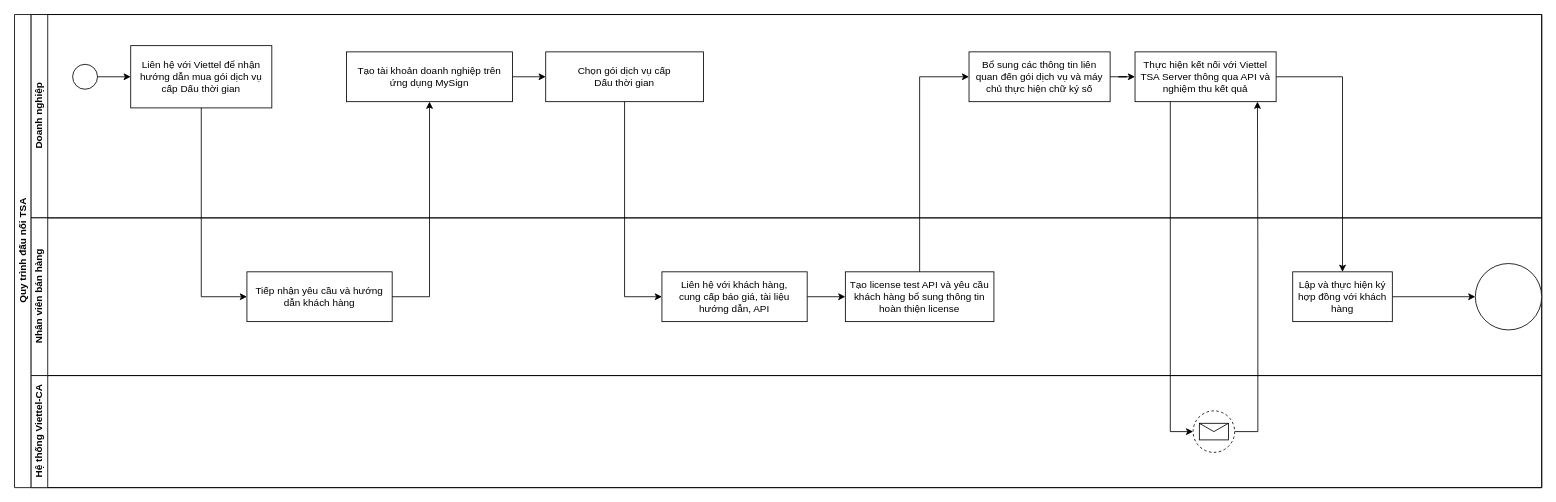
ddthang2611/TSA-Diagram keeps this draw.io diagram as TSA match.drawio. Above is the earlier version. Source tidied: cells renumbered, new cells numbered last; positions are measured from the earlier drawing's top-left corner, leaving out a move shared by most shapes. Both pictures are drawn from the tidied source at 83%, with x=0, y=0 at pixel (14, 14).
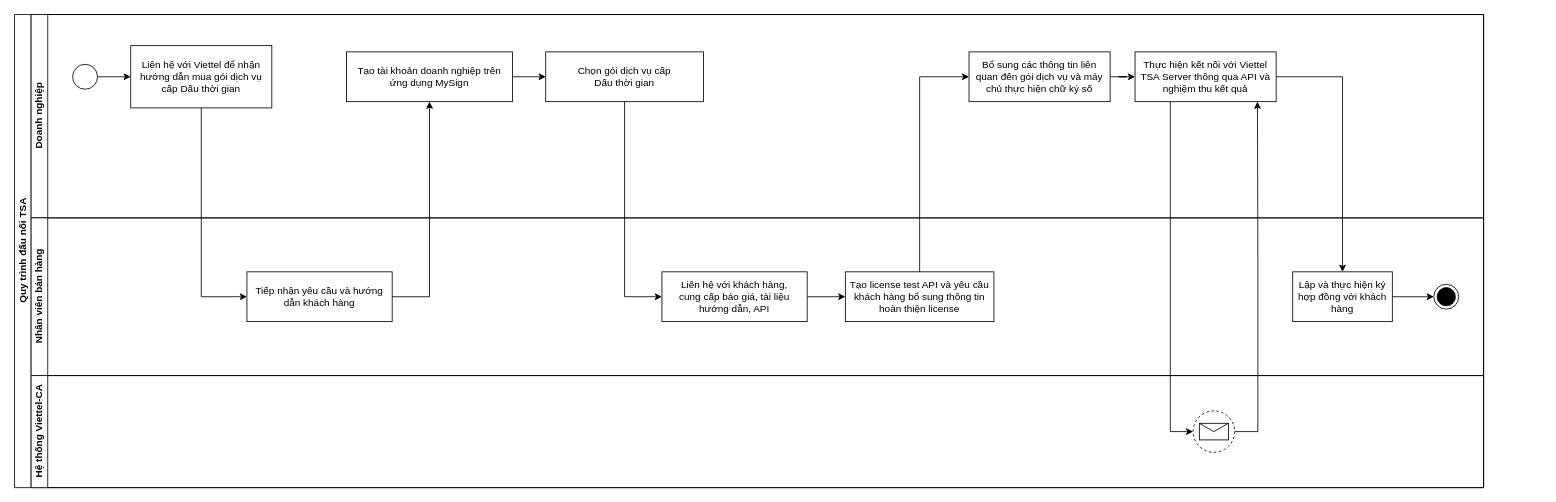
After the change.

Commit message (it also covers changes not shown here):
Cập nhật TSA match.drawio

The change refers to these unchanged cells:
```xml
<mxCell id="20" value="Lập và thực hiện ký hợp đồng với khách hàng" style="whiteSpace=wrap;html=1;fontColor=#000000;rounded=0;" parent="14" vertex="1">
  <mxGeometry x="1520" y="65" width="120" height="60" as="geometry" />
</mxCell>
```

Diff of the diagram source:
```diff
@@
     <mxCell id="2" value="Quy trình đấu nối TSA" style="swimlane;html=1;horizontal=0;startSize=20;" parent="1" vertex="1">
-      <mxGeometry width="1840" height="570" as="geometry" />
+      <mxGeometry width="1770" height="570" as="geometry" />
     </mxCell>
     <mxCell id="3" value="Doanh nghiệp" style="swimlane;html=1;startSize=20;horizontal=0;" parent="2" vertex="1">
-      <mxGeometry x="20" width="1820" height="245" as="geometry" />
+      <mxGeometry x="20" width="1750" height="245" as="geometry" />
     </mxCell>
@@
     <mxCell id="14" value="Nhân viên bán hàng" style="swimlane;html=1;startSize=20;horizontal=0;" parent="2" vertex="1">
-      <mxGeometry x="20" y="245" width="1820" height="190" as="geometry" />
+      <mxGeometry x="20" y="245" width="1750" height="190" as="geometry" />
     </mxCell>
@@
-    <mxCell id="19" style="edgeStyle=orthogonalEdgeStyle;rounded=0;jettySize=auto;html=1;" parent="14" edge="1" source="20" target="21">
-      <mxGeometry relative="1" as="geometry" />
+    <mxCell id="19" style="edgeStyle=orthogonalEdgeStyle;rounded=0;jettySize=auto;html=1;" parent="14" edge="1" source="20">
+      <mxGeometry relative="1" as="geometry">
+        <mxPoint x="1690" y="95" as="targetPoint" />
+      </mxGeometry>
     </mxCell>
@@
-    <mxCell id="21" style="ellipse;whiteSpace=wrap;html=1;fontColor=#000000;rounded=0;" parent="14" vertex="1">
-      <mxGeometry x="1740" y="55" width="80" height="80" as="geometry" />
-    </mxCell>
+    <mxCell id="30" style="ellipse;html=1;shape=endState;fillColor=#000000;strokeColor=#000000;" parent="14" vertex="1">
+      <mxGeometry x="1690" y="80" width="30" height="30" as="geometry" />
+    </mxCell>
     <mxCell id="22" value="Hệ thống Viettel-CA" style="swimlane;html=1;startSize=20;horizontal=0;" parent="2" vertex="1">
-      <mxGeometry x="20" y="435" width="1820" height="135" as="geometry" />
+      <mxGeometry x="20" y="435" width="1750" height="135" as="geometry" />
     </mxCell>
```
